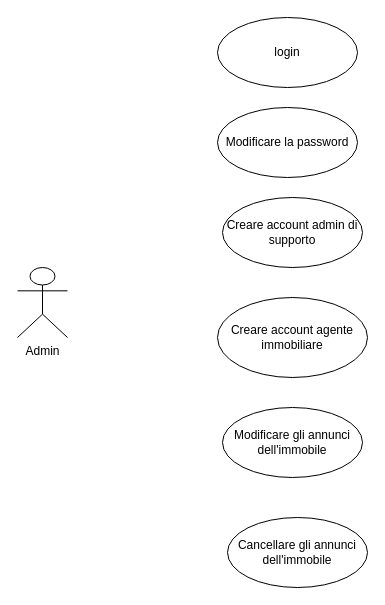
The draw.io diagram diagrammi/UseCase2.drawio in Sperob98/Documentazione-DietiEstates25, before the edit. Source tidied: cells renumbered, new cells numbered last; positions are measured from the earlier drawing's top-left corner, leaving out a move shared by most shapes. Both pictures are drawn from the tidied source at 100%, with x=0, y=0 at pixel (17, 17).
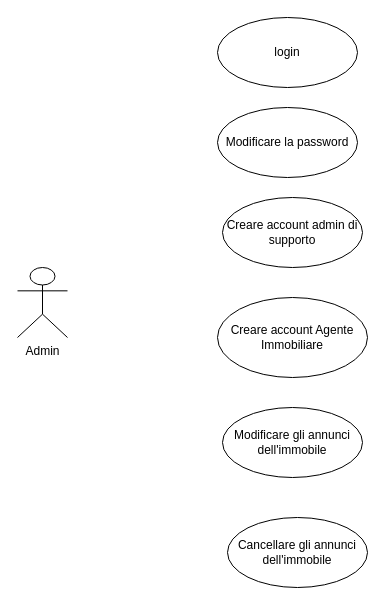
After the change.

The edit, as a diff of the source:
```diff
@@
 <mxGraphModel>
   <root>
     <mxCell id="0" />
     <mxCell id="1" parent="0" />
     <mxCell id="2" value="Admin" style="shape=umlActor;verticalLabelPosition=bottom;verticalAlign=top;html=1;" parent="1" vertex="1">
       <mxGeometry y="250" width="50" height="70" as="geometry" />
     </mxCell>
-    <mxCell id="3" value="Creare account agente immobiliare" style="ellipse;whiteSpace=wrap;html=1;" parent="1" vertex="1">
+    <mxCell id="3" value="Creare account Agente Immobiliare" style="ellipse;whiteSpace=wrap;html=1;" parent="1" vertex="1">
       <mxGeometry x="200" y="280" width="150" height="80" as="geometry" />
     </mxCell>
     <mxCell id="4" value="Modificare gli annunci dell'immobile" style="ellipse;whiteSpace=wrap;html=1;" parent="1" vertex="1">
       <mxGeometry x="205" y="390" width="140" height="70" as="geometry" />
     </mxCell>
     <mxCell id="5" value="Cancellare gli annunci dell'immobile" style="ellipse;whiteSpace=wrap;html=1;" parent="1" vertex="1">
       <mxGeometry x="210" y="500" width="140" height="70" as="geometry" />
     </mxCell>
     <mxCell id="6" value="login" style="ellipse;whiteSpace=wrap;html=1;" parent="1" vertex="1">
       <mxGeometry x="200" width="140" height="70" as="geometry" />
     </mxCell>
     <mxCell id="7" value="Creare account admin di supporto" style="ellipse;whiteSpace=wrap;html=1;" parent="1" vertex="1">
       <mxGeometry x="205" y="180" width="140" height="70" as="geometry" />
     </mxCell>
     <mxCell id="8" value="Modificare la password" style="ellipse;whiteSpace=wrap;html=1;" parent="1" vertex="1">
       <mxGeometry x="200" y="90" width="140" height="70" as="geometry" />
     </mxCell>
   </root>
 </mxGraphModel>
```
